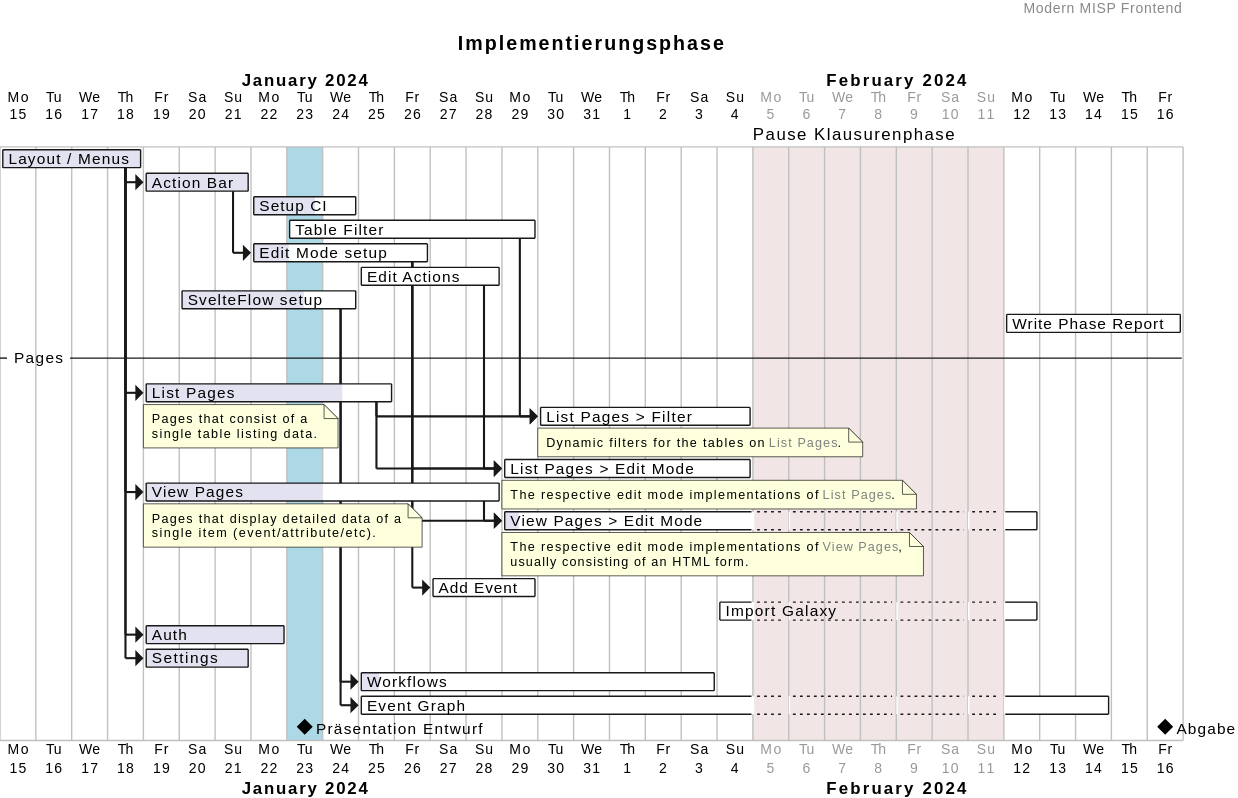
Before: docs/ganttChart.svg, a diagram exported from PlantUML (Modern-MISP/frontend).
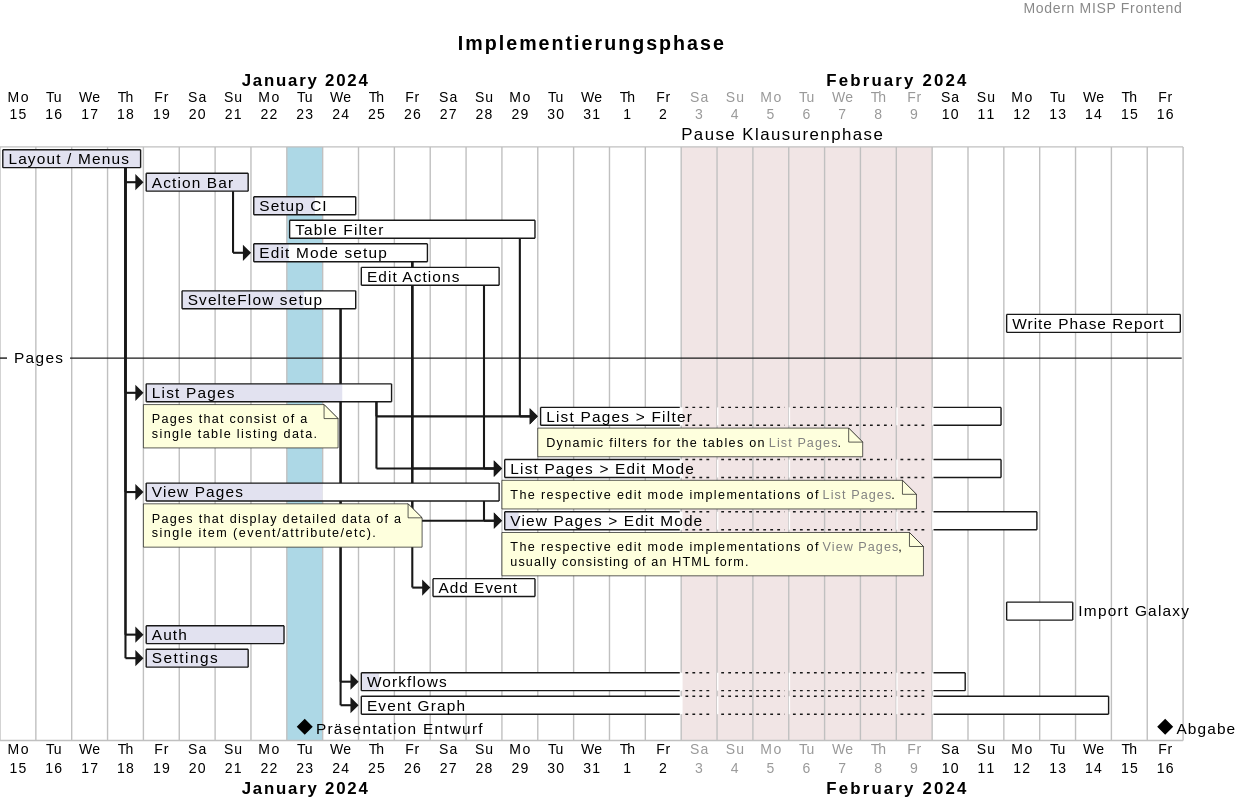
After the change.

Commit message:
Auto-generated docs for 'move exam break 2 days earlier'

What changed in the source:
```diff
@@ -68,8 +68,8 @@
 [View Pages] -> [View Pages > Edit Mode]
 [SvelteFlow setup] -> [Workflows]
 [SvelteFlow setup] -> [Event Graph]
-2024-02-05 to 2024-02-11 is closed and are named [Pause Klausurenphase]
-[Import Galaxy] ends 2024-02-12
+2024-02-03 to 2024-02-09 is closed and are named [Pause Klausurenphase]
+[Import Galaxy] ends 2024-02-13
 [Write Phase Report] ends at 2024-02-16
 [Abgabe] happens at 2024-02-16
 
```
